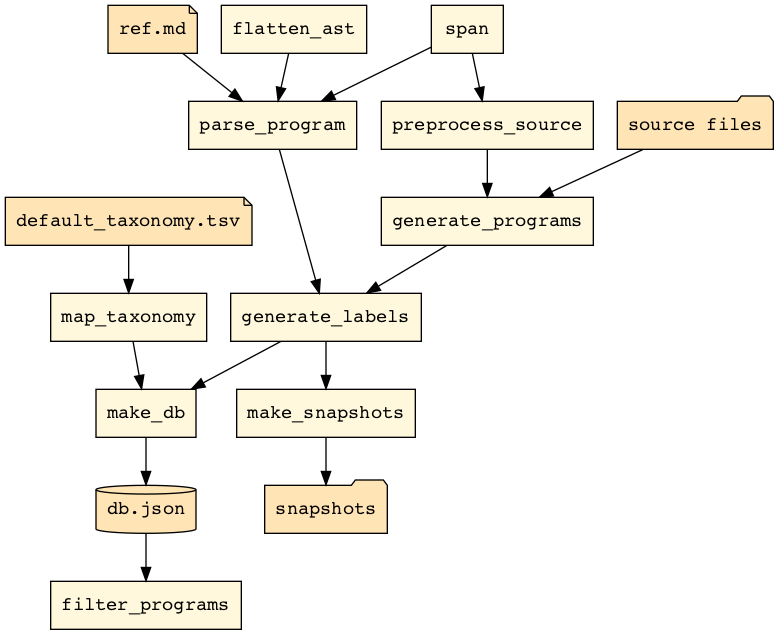
Before: docs/flow.png, a diagram exported from Graphviz (laowantong/paroxython). Its source is kept beside it as docs/flow.dot.
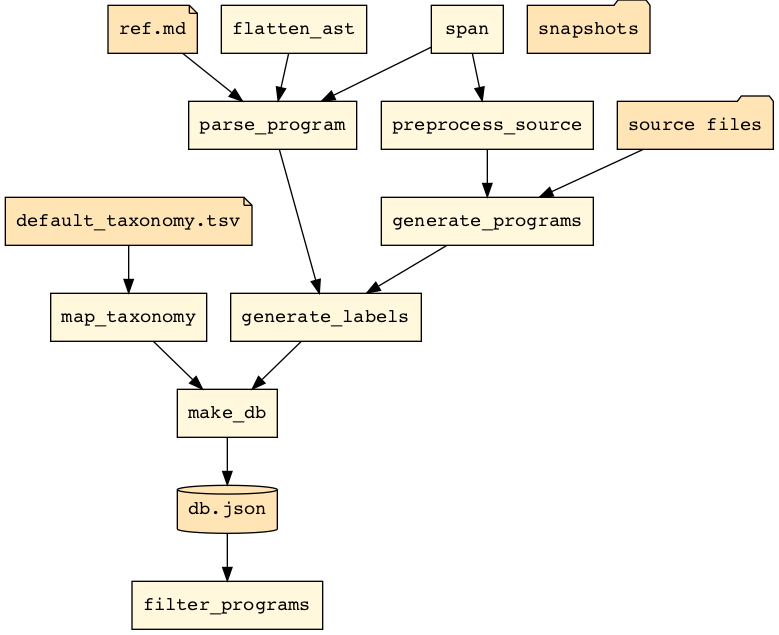
The same file after the commit.

The edit, as a diff of the source:
```diff
@@ -10,7 +10,6 @@
 "ref.md" -> parse_program
 "source files" -> generate_programs
 "default_taxonomy.tsv" -> map_taxonomy
-make_snapshots -> "snapshots"
 span -> preprocess_source
 generate_programs -> generate_labels
 parse_program -> generate_labels
@@ -18,6 +17,5 @@
 map_taxonomy -> make_db
 flatten_ast -> parse_program
 span -> parse_program
-generate_labels -> make_snapshots
 preprocess_source -> generate_programs
 }
```
